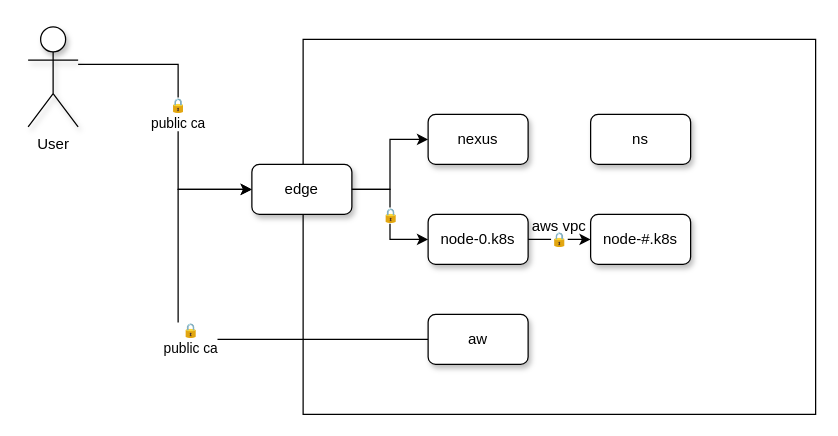
Earlier version of the draw.io diagram infrastructure.drawio (belenot/infrastructure). Source tidied: cells renumbered, new cells numbered last; positions are measured from the earlier drawing's top-left corner, leaving out a move shared by most shapes. Both pictures are drawn from the tidied source at 125%, with x=0, y=0 at pixel (28, 26).
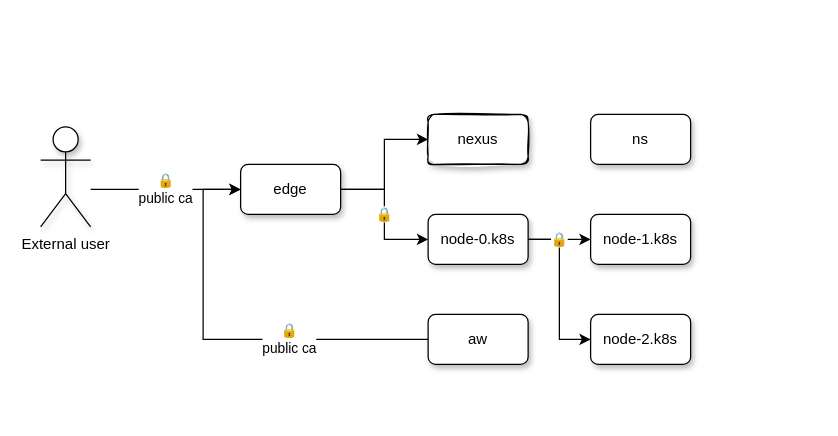
The same page after the edit.

The edit, as a diff of the source:
```diff
@@
 <mxGraphModel>
   <root>
     <mxCell id="0" />
     <mxCell id="1" parent="0" />
     <mxCell id="2" value="🔒&lt;br&gt;public ca" style="edgeStyle=orthogonalEdgeStyle;rounded=0;jettySize=auto;html=1;entryX=0;entryY=0.5;entryDx=0;entryDy=0;" parent="1" edge="1" source="3" target="5">
       <mxGeometry relative="1" as="geometry">
         <Array as="points">
-          <mxPoint x="120" y="30" />
-          <mxPoint x="120" y="130" />
+          <mxPoint x="60" y="130" />
         </Array>
       </mxGeometry>
     </mxCell>
-    <mxCell id="3" value="User" style="shape=umlActor;verticalLabelPosition=bottom;verticalAlign=top;html=1;outlineConnect=0;shadow=1;" parent="1" vertex="1">
-      <mxGeometry width="40" height="80" as="geometry" />
+    <mxCell id="3" value="External user" style="shape=umlActor;verticalLabelPosition=bottom;verticalAlign=top;html=1;outlineConnect=0;shadow=1;" parent="1" vertex="1">
+      <mxGeometry x="10" y="80" width="40" height="80" as="geometry" />
     </mxCell>
-    <mxCell id="4" value="aws vpc" style="rounded=0;whiteSpace=wrap;html=1;shadow=0;" parent="1" vertex="1">
-      <mxGeometry x="220" y="10" width="410" height="300" as="geometry" />
-    </mxCell>
-    <mxCell id="5" value="edge" style="rounded=1;whiteSpace=wrap;html=1;shadow=1;" parent="4" vertex="1">
-      <mxGeometry x="-41" y="100" width="80" height="40" as="geometry" />
-    </mxCell>
     <mxCell id="6" value="🔒&lt;br&gt;public ca" style="edgeStyle=orthogonalEdgeStyle;rounded=0;jettySize=auto;html=1;entryX=0;entryY=0.5;entryDx=0;entryDy=0;" parent="1" edge="1" source="15" target="5">
-      <mxGeometry relative="1" as="geometry">
+      <mxGeometry x="-0.33" relative="1" as="geometry">
         <Array as="points">
-          <mxPoint x="120" y="250" />
-          <mxPoint x="120" y="130" />
+          <mxPoint x="140" y="250" />
+          <mxPoint x="140" y="130" />
         </Array>
       </mxGeometry>
     </mxCell>
     <mxCell id="7" value="ns" style="rounded=1;whiteSpace=wrap;html=1;shadow=1;" parent="1" vertex="1">
       <mxGeometry x="450" y="70" width="80" height="40" as="geometry" />
     </mxCell>
     <mxCell id="8" value="🔒" style="edgeStyle=orthogonalEdgeStyle;rounded=0;jettySize=auto;html=1;entryX=0;entryY=0.5;entryDx=0;entryDy=0;" parent="1" edge="1" source="5" target="11">
       <mxGeometry relative="1" as="geometry" />
     </mxCell>
-    <mxCell id="9" value="nexus" style="rounded=1;whiteSpace=wrap;html=1;shadow=1;" parent="1" vertex="1">
+    <mxCell id="9" value="nexus" style="rounded=1;whiteSpace=wrap;html=1;shadow=1;glass=0;sketch=1;" parent="1" vertex="1">
       <mxGeometry x="320" y="70" width="80" height="40" as="geometry" />
     </mxCell>
     <mxCell id="10" style="edgeStyle=orthogonalEdgeStyle;rounded=0;jettySize=auto;html=1;" parent="1" edge="1" source="5" target="9">
       <mxGeometry relative="1" as="geometry" />
     </mxCell>
+    <mxCell id="16" style="edgeStyle=orthogonalEdgeStyle;rounded=0;jettySize=auto;html=1;entryX=0;entryY=0.5;entryDx=0;entryDy=0;" parent="1" edge="1" source="11" target="17">
+      <mxGeometry relative="1" as="geometry" />
+    </mxCell>
     <mxCell id="11" value="node-0.k8s" style="rounded=1;whiteSpace=wrap;html=1;shadow=1;" parent="1" vertex="1">
       <mxGeometry x="320" y="150" width="80" height="40" as="geometry" />
     </mxCell>
-    <mxCell id="12" value="node-#.k8s" style="rounded=1;whiteSpace=wrap;html=1;shadow=1;" parent="1" vertex="1">
+    <mxCell id="12" value="node-1.k8s" style="rounded=1;whiteSpace=wrap;html=1;shadow=1;" parent="1" vertex="1">
       <mxGeometry x="450" y="150" width="80" height="40" as="geometry" />
     </mxCell>
     <mxCell id="13" value="&lt;span style=&quot;color: rgb(0, 0, 0); font-family: helvetica; font-size: 11px; font-style: normal; font-weight: 400; letter-spacing: normal; text-align: center; text-indent: 0px; text-transform: none; word-spacing: 0px; background-color: rgb(255, 255, 255); display: inline; float: none;&quot;&gt;🔒&lt;/span&gt;" style="edgeStyle=orthogonalEdgeStyle;rounded=0;jettySize=auto;html=1;entryX=0;entryY=0.5;entryDx=0;entryDy=0;" parent="1" edge="1" source="11" target="12">
       <mxGeometry relative="1" as="geometry" />
     </mxCell>
     <mxCell id="14" style="edgeLabel;html=1;align=center;verticalAlign=middle;" parent="13" vertex="1">
       <mxGeometry x="-0.38" y="-1" relative="1" as="geometry" />
     </mxCell>
     <mxCell id="15" value="aw" style="rounded=1;whiteSpace=wrap;html=1;shadow=1;" parent="1" vertex="1">
       <mxGeometry x="320" y="230" width="80" height="40" as="geometry" />
     </mxCell>
+    <mxCell id="17" value="node-2.k8s" style="rounded=1;whiteSpace=wrap;html=1;shadow=1;" parent="1" vertex="1">
+      <mxGeometry x="450" y="230" width="80" height="40" as="geometry" />
+    </mxCell>
+    <mxCell id="5" value="edge" style="rounded=1;whiteSpace=wrap;html=1;shadow=1;" parent="1" vertex="1">
+      <mxGeometry x="170" y="110" width="80" height="40" as="geometry" />
+    </mxCell>
   </root>
 </mxGraphModel>
```
